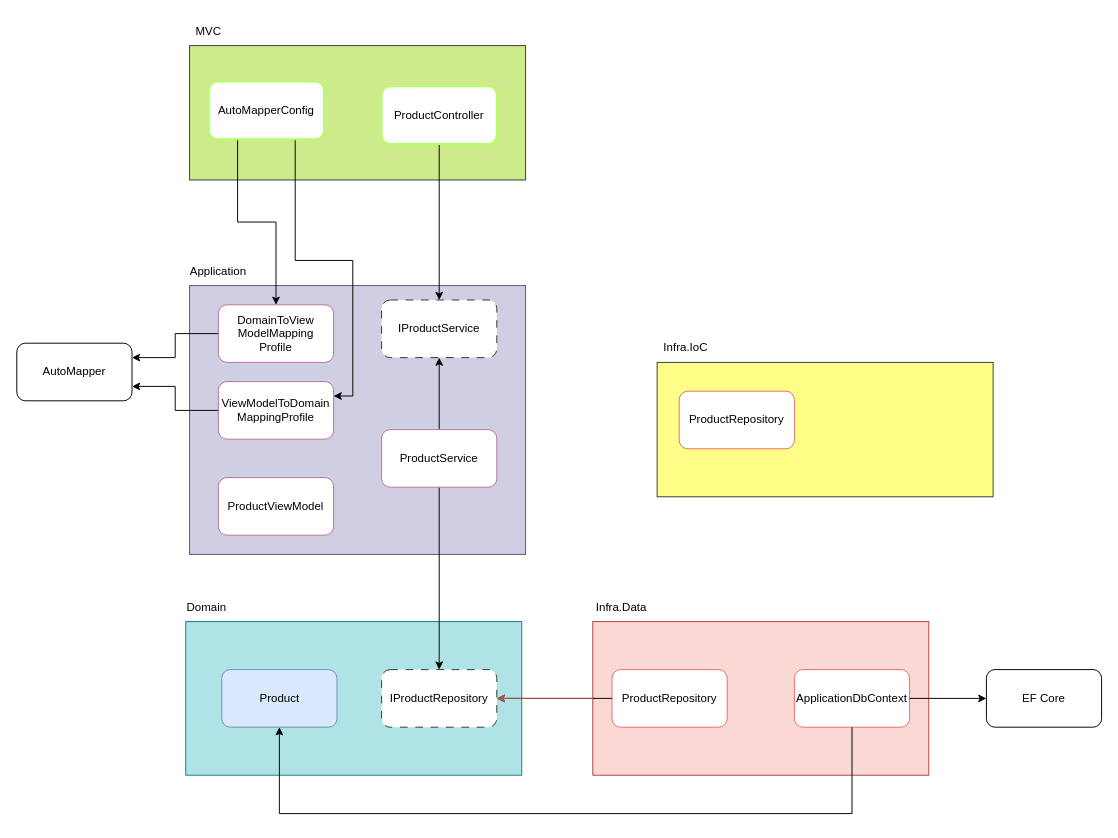
This is docs/clean-arch-app.drawio from guigarciaa/clean-architecture-aspnet-core, a draw.io file, before an edit. Source tidied: cells renumbered, new cells numbered last; positions are measured from the earlier drawing's top-left corner, leaving out a move shared by most shapes. Both pictures are drawn from the tidied source at 96%, with x=0, y=0 at pixel (16, 16).
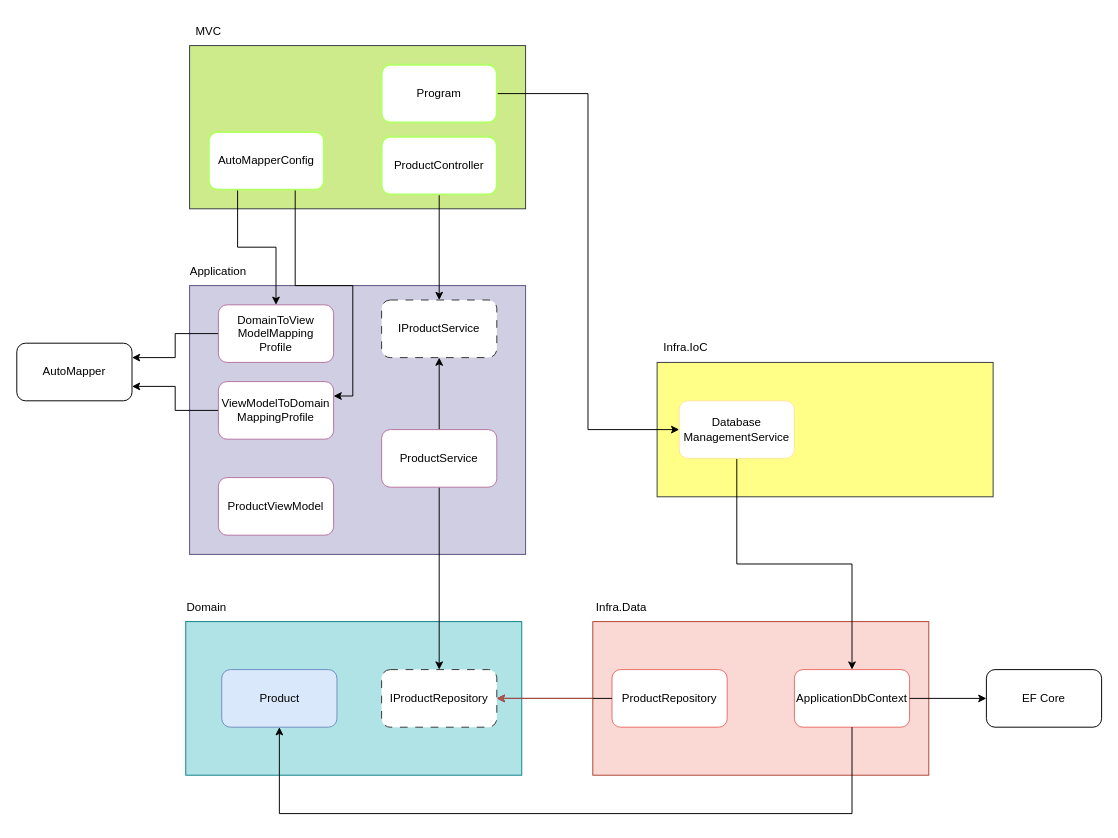
The same diagram, later.

The change refers to these unchanged cells:
```xml
<mxCell id="6" value="&lt;font color=&quot;#000000&quot;&gt;ApplicationDbContext&lt;/font&gt;" style="rounded=1;whiteSpace=wrap;html=1;strokeWidth=1;strokeColor=#EA6B66;" parent="2" vertex="1">
  <mxGeometry x="210" y="80" width="120" height="60" as="geometry" />
</mxCell>
```

Diff of the diagram source:
```diff
@@
     <mxCell id="11" style="rounded=0;whiteSpace=wrap;html=1;fillColor=#cdeb8b;strokeColor=#36393d;" parent="1" vertex="1">
-      <mxGeometry x="180" y="30" width="350" height="140" as="geometry" />
+      <mxGeometry x="180" y="30" width="350" height="170" as="geometry" />
     </mxCell>
@@
     <mxCell id="27" value="&lt;font color=&quot;#000000&quot;&gt;ProductController&lt;br&gt;&lt;/font&gt;" style="rounded=1;whiteSpace=wrap;html=1;strokeWidth=2;strokeColor=#B3FF66;" parent="1" vertex="1">
-      <mxGeometry x="380" y="72.5" width="120" height="60" as="geometry" />
+      <mxGeometry x="380" y="125" width="120" height="60" as="geometry" />
     </mxCell>
@@
     <mxCell id="35" value="&lt;font color=&quot;#000000&quot;&gt;AutoMapperConfig&lt;br&gt;&lt;/font&gt;" style="rounded=1;whiteSpace=wrap;html=1;strokeWidth=2;strokeColor=#B3FF66;" parent="1" vertex="1">
-      <mxGeometry x="200" y="67.5" width="120" height="60" as="geometry" />
+      <mxGeometry x="200" y="120" width="120" height="60" as="geometry" />
     </mxCell>
@@
+    <mxCell id="38" style="edgeStyle=orthogonalEdgeStyle;rounded=0;jettySize=auto;html=1;exitX=0.5;exitY=1;exitDx=0;exitDy=0;entryX=0.5;entryY=0;entryDx=0;entryDy=0;" parent="1" edge="1" source="37" target="6">
+      <mxGeometry relative="1" as="geometry" />
+    </mxCell>
-    <mxCell id="37" value="&lt;font color=&quot;#000000&quot;&gt;ProductRepository&lt;/font&gt;" style="rounded=1;whiteSpace=wrap;html=1;strokeWidth=1;strokeColor=#EA6B66;" parent="1" vertex="1">
-      <mxGeometry x="690" y="390" width="120" height="60" as="geometry" />
+    <mxCell id="37" value="Database&lt;br&gt;ManagementService" style="rounded=1;whiteSpace=wrap;html=1;strokeWidth=1;strokeColor=#FFE599;" parent="1" vertex="1">
+      <mxGeometry x="690" y="400" width="120" height="60" as="geometry" />
     </mxCell>
+    <mxCell id="39" style="edgeStyle=orthogonalEdgeStyle;rounded=0;jettySize=auto;html=1;exitX=1;exitY=0.5;exitDx=0;exitDy=0;entryX=0;entryY=0.5;entryDx=0;entryDy=0;" parent="1" edge="1" source="40" target="37">
+      <mxGeometry relative="1" as="geometry" />
+    </mxCell>
+    <mxCell id="40" value="&lt;font color=&quot;#000000&quot;&gt;Program&lt;br&gt;&lt;/font&gt;" style="rounded=1;whiteSpace=wrap;html=1;strokeWidth=2;strokeColor=#B3FF66;" parent="1" vertex="1">
+      <mxGeometry x="380" y="50" width="120" height="60" as="geometry" />
+    </mxCell>
```
